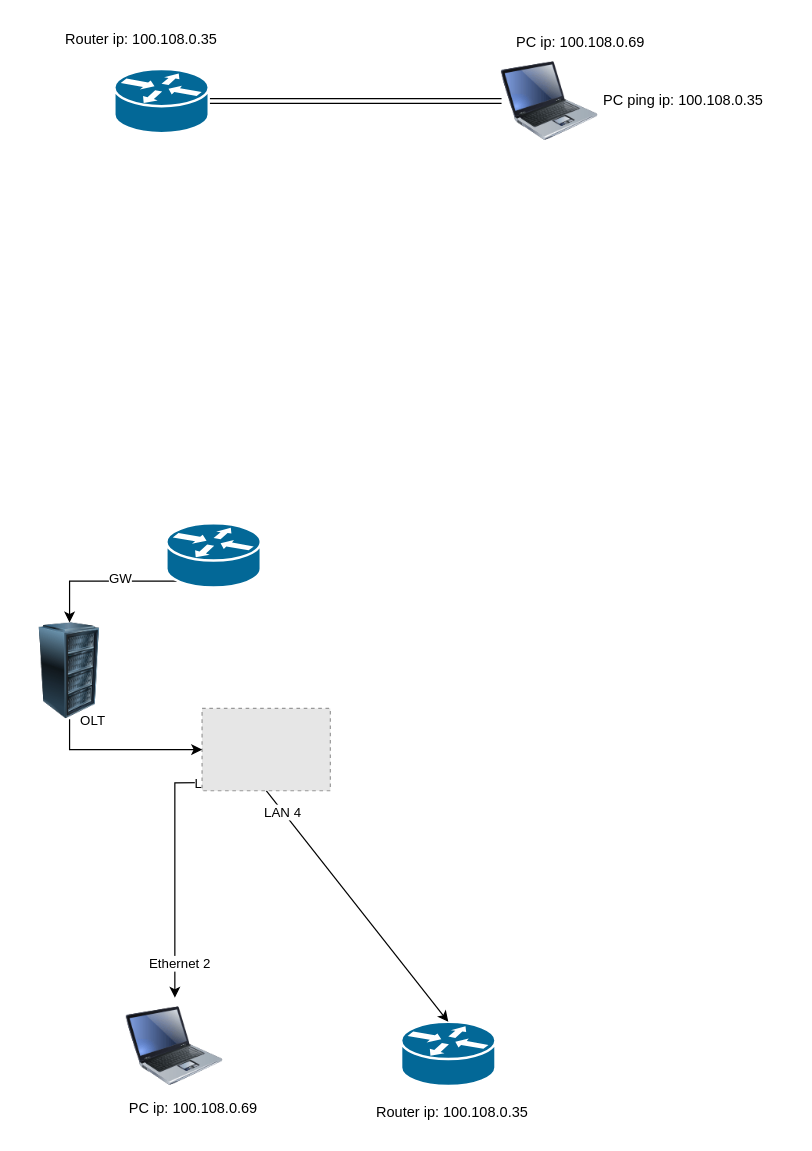
Above: 哥伦比亚Claro.drawio in lindingchan/-tv- (draw.io), before the change. Source tidied: cells renumbered, new cells numbered last; positions are measured from the earlier drawing's top-left corner, leaving out a move shared by most shapes. Both pictures are drawn from the tidied source at 121%, with x=0, y=0 at pixel (21, 21). Pictures stored in the file or linked from it are replaced by grey dashed boxes.
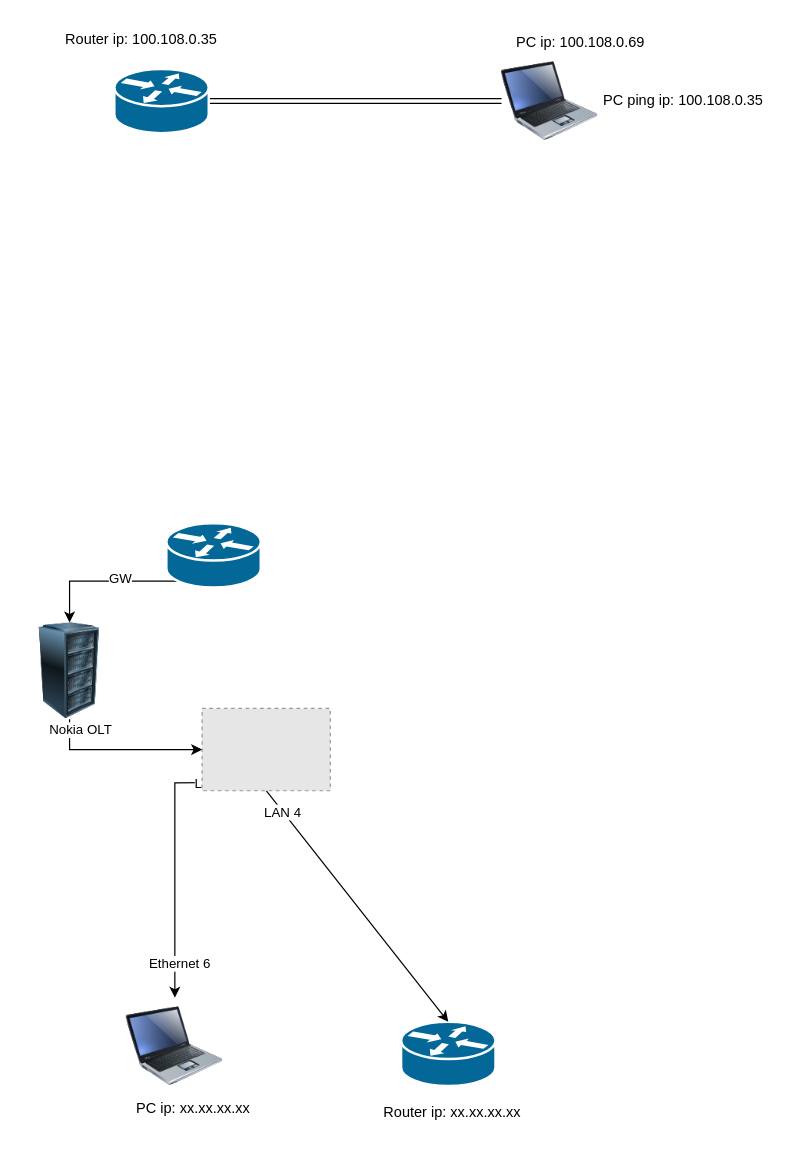
The same diagram, later.

Commit message:
更新哥伦比亚Claro.drawio

Unchanged cells that the change refers to:
```xml
<mxCell id="12" style="edgeStyle=orthogonalEdgeStyle;rounded=0;jettySize=auto;html=1;" parent="1" edge="1" target="9">
  <mxGeometry relative="1" as="geometry">
    <mxPoint x="185.5" y="629" as="sourcePoint" />
  </mxGeometry>
</mxCell>
<mxCell id="19" style="edgeStyle=orthogonalEdgeStyle;rounded=0;jettySize=auto;html=1;exitX=0.5;exitY=1;exitDx=0;exitDy=0;" parent="1" edge="1" source="21" target="15">
  <mxGeometry relative="1" as="geometry" />
</mxCell>
```

The edit, as a diff of the source:
```diff
@@
-    <mxCell id="14" value="Ethernet 2" style="edgeLabel;html=1;align=center;verticalAlign=middle;" parent="12" vertex="1">
+    <mxCell id="14" value="Ethernet 6" style="edgeLabel;html=1;align=center;verticalAlign=middle;" parent="12" vertex="1">
       <mxGeometry x="0.19" relative="1" as="geometry">
         <mxPoint x="3" y="68" as="offset" />
       </mxGeometry>
     </mxCell>
@@
-    <mxCell id="17" value="PC ip: 100.108.0.69" style="text;strokeColor=none;align=center;fillColor=none;html=1;verticalAlign=middle;whiteSpace=wrap;rounded=0;" parent="1" vertex="1">
+    <mxCell id="17" value="PC ip: xx.xx.xx.xx" style="text;strokeColor=none;align=center;fillColor=none;html=1;verticalAlign=middle;whiteSpace=wrap;rounded=0;" parent="1" vertex="1">
       <mxGeometry x="53" y="884" width="179" height="30" as="geometry" />
     </mxCell>
-    <mxCell id="18" value="Router ip: 100.108.0.35" style="text;strokeColor=none;align=center;fillColor=none;html=1;verticalAlign=middle;whiteSpace=wrap;rounded=0;" parent="1" vertex="1">
+    <mxCell id="18" value="Router ip: xx.xx.xx.xx" style="text;strokeColor=none;align=center;fillColor=none;html=1;verticalAlign=middle;whiteSpace=wrap;rounded=0;" parent="1" vertex="1">
       <mxGeometry x="266.5" y="887" width="179" height="30" as="geometry" />
     </mxCell>
@@
-    <mxCell id="20" value="OLT" style="edgeLabel;html=1;align=center;verticalAlign=middle;" parent="19" vertex="1">
+    <mxCell id="20" value="Nokia OLT" style="edgeLabel;html=1;align=center;verticalAlign=middle;" parent="19" vertex="1">
       <mxGeometry x="-0.52" y="-1" relative="1" as="geometry">
-        <mxPoint x="11" y="-26" as="offset" />
+        <mxPoint x="1" y="-18" as="offset" />
       </mxGeometry>
     </mxCell>
```
